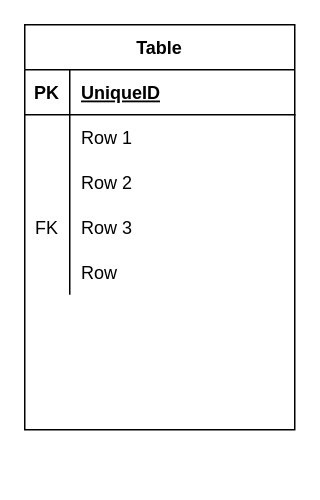
Above: db/db-challenge1/er.drawio in sassamori/quelcode-db (draw.io), before the change. Source tidied: cells renumbered, new cells numbered last; positions are measured from the earlier drawing's top-left corner, leaving out a move shared by most shapes. Both pictures are drawn from the tidied source at 150%, with x=0, y=0 at pixel (24, 24).
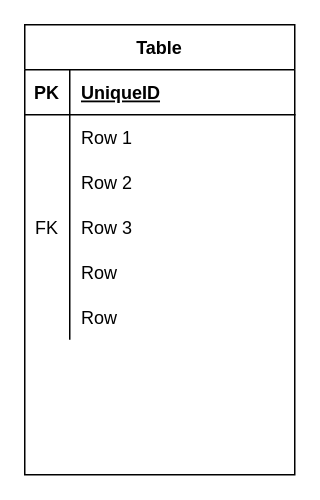
The same diagram, later.

The edit, as a diff of the source:
```diff
@@
     <mxCell id="2" value="Table" style="shape=table;startSize=30;childLayout=tableLayout;rowLines=0;fontStyle=1;align=center;" parent="1" vertex="1">
-      <mxGeometry width="180" height="270" as="geometry" />
+      <mxGeometry width="180" height="300" as="geometry" />
     </mxCell>
@@
+    <mxCell id="18" style="shape=partialRectangle;fillColor=none;top=0;left=0;bottom=0;right=0;" parent="2" vertex="1">
+      <mxGeometry y="180" width="180" height="30" as="geometry" />
+    </mxCell>
+    <mxCell id="19" style="shape=partialRectangle;fillColor=none;top=0;left=0;bottom=0;right=0;overflow=hidden;" parent="18" vertex="1">
+      <mxGeometry width="30" height="30" as="geometry" />
+    </mxCell>
+    <mxCell id="20" value="Row" style="shape=partialRectangle;fillColor=none;top=0;left=0;bottom=0;right=0;align=left;spacingLeft=6;overflow=hidden;" parent="18" vertex="1">
+      <mxGeometry x="30" width="150" height="30" as="geometry" />
+    </mxCell>
```
